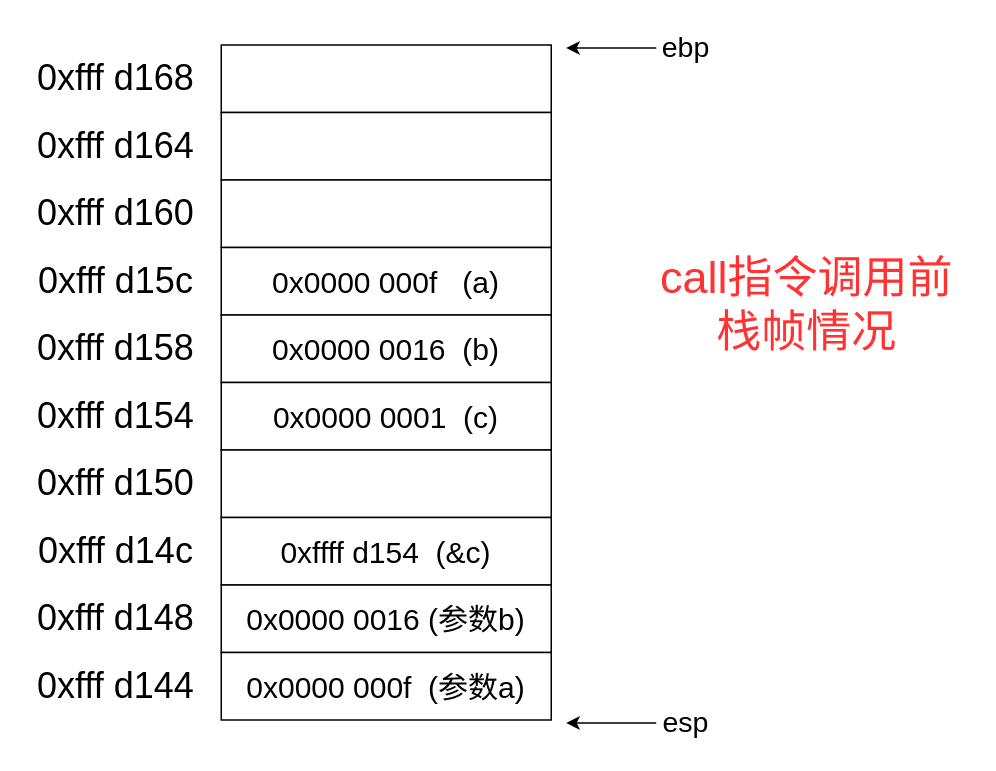
This is page "第 1 页" (1 of 11) of ICS实验5.drawio from IRiDecenT/graph, a draw.io file, before an edit. Source tidied: cells renumbered, new cells numbered last; positions are measured from the earlier drawing's top-left corner, leaving out a move shared by most shapes. Both pictures are drawn from the tidied source at 150%, with x=0, y=0 at pixel (26, 26).
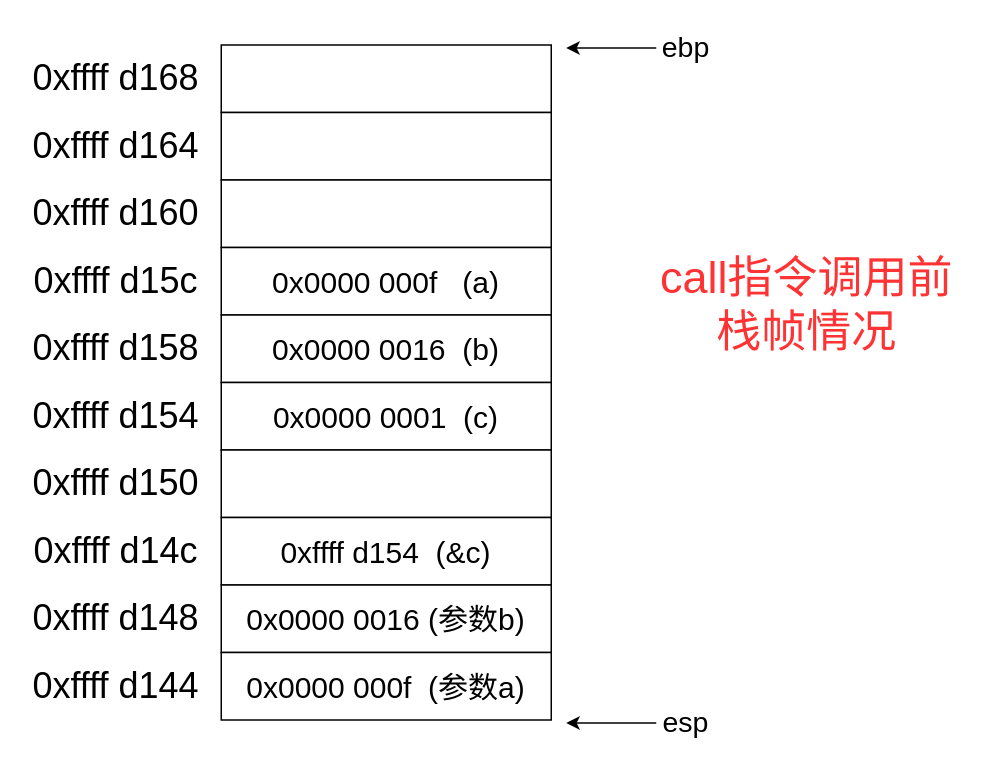
Above is the later version.

The edit, as a diff of the source:
```diff
@@
-    <mxCell id="2" value="&lt;font style=&quot;font-size: 24px;&quot;&gt;0xfff d168&lt;/font&gt;" style="text;html=1;strokeColor=none;fillColor=none;align=center;verticalAlign=middle;whiteSpace=wrap;rounded=0;" parent="1" vertex="1">
+    <mxCell id="2" value="&lt;font style=&quot;font-size: 24px;&quot;&gt;0xffff d168&lt;/font&gt;" style="text;html=1;strokeColor=none;fillColor=none;align=center;verticalAlign=middle;whiteSpace=wrap;rounded=0;" parent="1" vertex="1">
       <mxGeometry y="20" width="120" height="30" as="geometry" />
     </mxCell>
@@
-    <mxCell id="4" value="&lt;font style=&quot;font-size: 24px;&quot;&gt;0xfff d164&lt;/font&gt;" style="text;html=1;strokeColor=none;fillColor=none;align=center;verticalAlign=middle;whiteSpace=wrap;rounded=0;" parent="1" vertex="1">
+    <mxCell id="4" value="&lt;font style=&quot;font-size: 24px;&quot;&gt;0xffff d164&lt;/font&gt;" style="text;html=1;strokeColor=none;fillColor=none;align=center;verticalAlign=middle;whiteSpace=wrap;rounded=0;" parent="1" vertex="1">
       <mxGeometry y="65" width="120" height="30" as="geometry" />
     </mxCell>
@@
-    <mxCell id="6" value="&lt;font style=&quot;font-size: 24px;&quot;&gt;0xfff d160&lt;/font&gt;" style="text;html=1;strokeColor=none;fillColor=none;align=center;verticalAlign=middle;whiteSpace=wrap;rounded=0;" parent="1" vertex="1">
+    <mxCell id="6" value="&lt;font style=&quot;font-size: 24px;&quot;&gt;0xffff d160&lt;/font&gt;" style="text;html=1;strokeColor=none;fillColor=none;align=center;verticalAlign=middle;whiteSpace=wrap;rounded=0;" parent="1" vertex="1">
       <mxGeometry y="110" width="120" height="30" as="geometry" />
     </mxCell>
@@
-    <mxCell id="8" value="&lt;font style=&quot;font-size: 24px;&quot;&gt;0xfff d15c&lt;/font&gt;" style="text;html=1;strokeColor=none;fillColor=none;align=center;verticalAlign=middle;whiteSpace=wrap;rounded=0;" parent="1" vertex="1">
+    <mxCell id="8" value="&lt;font style=&quot;font-size: 24px;&quot;&gt;0xffff d15c&lt;/font&gt;" style="text;html=1;strokeColor=none;fillColor=none;align=center;verticalAlign=middle;whiteSpace=wrap;rounded=0;" parent="1" vertex="1">
       <mxGeometry y="155" width="120" height="30" as="geometry" />
     </mxCell>
@@
-    <mxCell id="10" value="&lt;font style=&quot;font-size: 24px;&quot;&gt;0xfff d158&lt;/font&gt;" style="text;html=1;strokeColor=none;fillColor=none;align=center;verticalAlign=middle;whiteSpace=wrap;rounded=0;" parent="1" vertex="1">
+    <mxCell id="10" value="&lt;font style=&quot;font-size: 24px;&quot;&gt;0xffff d158&lt;/font&gt;" style="text;html=1;strokeColor=none;fillColor=none;align=center;verticalAlign=middle;whiteSpace=wrap;rounded=0;" parent="1" vertex="1">
       <mxGeometry y="200" width="120" height="30" as="geometry" />
     </mxCell>
@@
-    <mxCell id="12" value="&lt;font style=&quot;font-size: 24px;&quot;&gt;0xfff d154&lt;/font&gt;" style="text;html=1;strokeColor=none;fillColor=none;align=center;verticalAlign=middle;whiteSpace=wrap;rounded=0;" parent="1" vertex="1">
+    <mxCell id="12" value="&lt;font style=&quot;font-size: 24px;&quot;&gt;0xffff d154&lt;/font&gt;" style="text;html=1;strokeColor=none;fillColor=none;align=center;verticalAlign=middle;whiteSpace=wrap;rounded=0;" parent="1" vertex="1">
       <mxGeometry y="245" width="120" height="30" as="geometry" />
     </mxCell>
@@
-    <mxCell id="14" value="&lt;font style=&quot;font-size: 24px;&quot;&gt;0xfff d150&lt;/font&gt;" style="text;html=1;strokeColor=none;fillColor=none;align=center;verticalAlign=middle;whiteSpace=wrap;rounded=0;" parent="1" vertex="1">
+    <mxCell id="14" value="&lt;font style=&quot;font-size: 24px;&quot;&gt;0xffff d150&lt;/font&gt;" style="text;html=1;strokeColor=none;fillColor=none;align=center;verticalAlign=middle;whiteSpace=wrap;rounded=0;" parent="1" vertex="1">
       <mxGeometry y="290" width="120" height="30" as="geometry" />
     </mxCell>
@@
-    <mxCell id="16" value="&lt;font style=&quot;font-size: 24px;&quot;&gt;0xfff d14c&lt;/font&gt;" style="text;html=1;strokeColor=none;fillColor=none;align=center;verticalAlign=middle;whiteSpace=wrap;rounded=0;" parent="1" vertex="1">
+    <mxCell id="16" value="&lt;font style=&quot;font-size: 24px;&quot;&gt;0xffff d14c&lt;/font&gt;" style="text;html=1;strokeColor=none;fillColor=none;align=center;verticalAlign=middle;whiteSpace=wrap;rounded=0;" parent="1" vertex="1">
       <mxGeometry y="335" width="120" height="30" as="geometry" />
     </mxCell>
@@
-    <mxCell id="18" value="&lt;font style=&quot;font-size: 24px;&quot;&gt;0xfff d148&lt;/font&gt;" style="text;html=1;strokeColor=none;fillColor=none;align=center;verticalAlign=middle;whiteSpace=wrap;rounded=0;" parent="1" vertex="1">
+    <mxCell id="18" value="&lt;font style=&quot;font-size: 24px;&quot;&gt;0xffff d148&lt;/font&gt;" style="text;html=1;strokeColor=none;fillColor=none;align=center;verticalAlign=middle;whiteSpace=wrap;rounded=0;" parent="1" vertex="1">
       <mxGeometry y="380" width="120" height="30" as="geometry" />
     </mxCell>
@@
-    <mxCell id="20" value="&lt;font style=&quot;font-size: 24px;&quot;&gt;0xfff d144&lt;/font&gt;" style="text;html=1;strokeColor=none;fillColor=none;align=center;verticalAlign=middle;whiteSpace=wrap;rounded=0;" parent="1" vertex="1">
+    <mxCell id="20" value="&lt;font style=&quot;font-size: 24px;&quot;&gt;0xffff d144&lt;/font&gt;" style="text;html=1;strokeColor=none;fillColor=none;align=center;verticalAlign=middle;whiteSpace=wrap;rounded=0;" parent="1" vertex="1">
       <mxGeometry y="425" width="120" height="30" as="geometry" />
     </mxCell>
```
